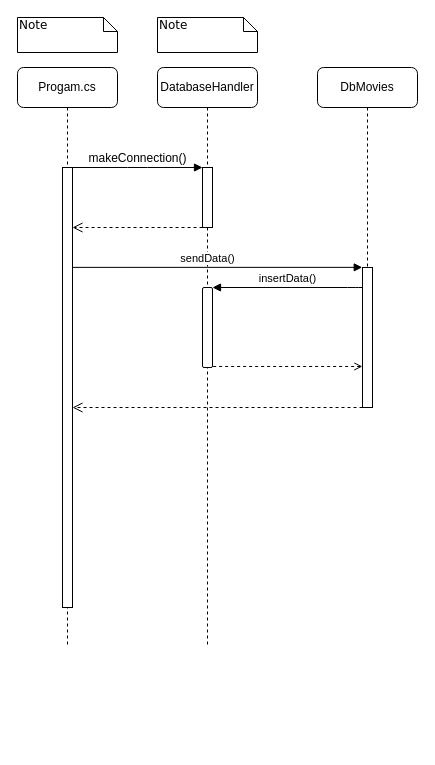
Before: FlickClickSequence.drawio in nikolailarsen01/FlickClick, a draw.io diagram. Source tidied: cells renumbered, new cells numbered last; positions are measured from the earlier drawing's top-left corner, leaving out a move shared by most shapes. Both pictures are drawn from the tidied source at 100%, with x=0, y=0 at pixel (17, 17).
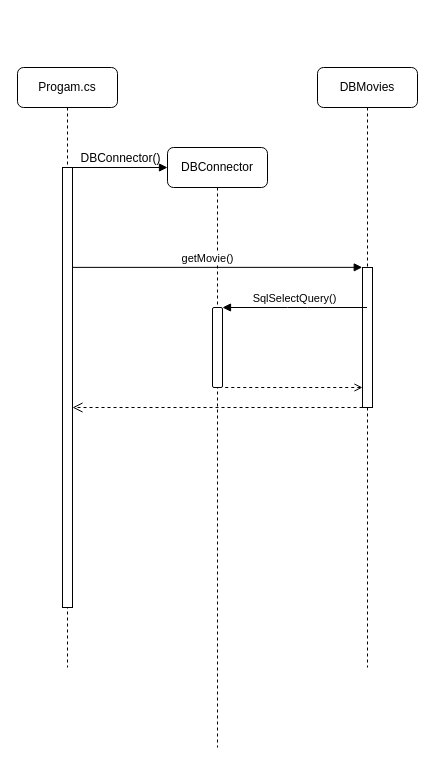
Above is the later version.

What changed in the source:
```diff
@@
 <mxGraphModel background="#ffffff">
   <root>
     <mxCell id="0" />
     <mxCell id="1" parent="0" />
-    <mxCell id="2" value="&lt;font face=&quot;Helvetica&quot;&gt;DatabaseHandler&lt;/font&gt;" style="shape=umlLifeline;perimeter=lifelinePerimeter;whiteSpace=wrap;html=1;rounded=1;shadow=0;comic=0;labelBackgroundColor=none;strokeWidth=1;fontFamily=Verdana;fontSize=12;align=center;" parent="1" vertex="1">
-      <mxGeometry x="140" y="50" width="100" height="580" as="geometry" />
+    <mxCell id="2" value="&lt;font face=&quot;Helvetica&quot;&gt;DBConnector&lt;/font&gt;" style="shape=umlLifeline;perimeter=lifelinePerimeter;whiteSpace=wrap;html=1;rounded=1;shadow=0;comic=0;labelBackgroundColor=none;strokeWidth=1;fontFamily=Verdana;fontSize=12;align=center;" parent="1" vertex="1">
+      <mxGeometry x="150" y="130" width="100" height="600" as="geometry" />
     </mxCell>
-    <mxCell id="3" style="html=1;points=[];perimeter=orthogonalPerimeter;rounded=0;shadow=0;comic=0;labelBackgroundColor=none;strokeWidth=1;fontFamily=Verdana;fontSize=12;align=center;" parent="2" vertex="1">
-      <mxGeometry x="45" y="100" width="10" height="60" as="geometry" />
-    </mxCell>
     <mxCell id="4" style="html=1;points=[];perimeter=orthogonalPerimeter;rounded=1;" parent="2" vertex="1">
-      <mxGeometry x="45" y="220" width="10" height="80" as="geometry" />
+      <mxGeometry x="45" y="160" width="10" height="80" as="geometry" />
     </mxCell>
-    <mxCell id="5" value="insertData()" style="html=1;verticalAlign=bottom;endArrow=none;labelBackgroundColor=none;startArrow=block;startFill=1;endFill=0;" parent="2" edge="1" target="14">
-      <mxGeometry relative="1" as="geometry">
-        <mxPoint x="55" y="220" as="sourcePoint" />
-        <Array as="points">
-          <mxPoint x="200" y="220" />
-        </Array>
-      </mxGeometry>
-    </mxCell>
     <mxCell id="6" value="&lt;font face=&quot;Helvetica&quot;&gt;Progam.cs&lt;/font&gt;" style="shape=umlLifeline;perimeter=lifelinePerimeter;whiteSpace=wrap;html=1;rounded=1;shadow=0;comic=0;labelBackgroundColor=none;strokeWidth=1;fontFamily=Verdana;fontSize=12;align=center;" parent="1" vertex="1">
-      <mxGeometry y="50" width="100" height="580" as="geometry" />
+      <mxGeometry y="50" width="100" height="600" as="geometry" />
     </mxCell>
     <mxCell id="7" style="html=1;points=[];perimeter=orthogonalPerimeter;rounded=0;shadow=0;comic=0;labelBackgroundColor=none;strokeWidth=1;fontFamily=Verdana;fontSize=12;align=center;" parent="6" vertex="1">
       <mxGeometry x="45" y="100" width="10" height="440" as="geometry" />
     </mxCell>
-    <mxCell id="8" value="&lt;font face=&quot;Helvetica&quot;&gt;makeConnection()&lt;/font&gt;" style="html=1;verticalAlign=bottom;endArrow=block;entryX=0;entryY=0;labelBackgroundColor=none;fontFamily=Verdana;fontSize=12;edgeStyle=elbowEdgeStyle;elbow=vertical;labelBorderColor=none;" parent="1" edge="1" source="7" target="3">
-      <mxGeometry relative="1" as="geometry" />
+    <mxCell id="8" value="&lt;span style=&quot;font-family: &amp;#34;helvetica&amp;#34;&quot;&gt;DBConnector&lt;/span&gt;&lt;font face=&quot;Helvetica&quot;&gt;()&lt;/font&gt;" style="html=1;verticalAlign=bottom;endArrow=block;labelBackgroundColor=none;fontFamily=Verdana;fontSize=12;edgeStyle=elbowEdgeStyle;elbow=vertical;labelBorderColor=none;" parent="1" edge="1" source="7">
+      <mxGeometry relative="1" as="geometry">
+        <mxPoint x="150" y="150" as="targetPoint" />
+      </mxGeometry>
     </mxCell>
-    <mxCell id="9" value="Note" style="shape=note;whiteSpace=wrap;html=1;size=14;verticalAlign=top;align=left;spacingTop=-6;rounded=0;shadow=0;comic=0;labelBackgroundColor=none;strokeWidth=1;fontFamily=Verdana;fontSize=12;" parent="1" vertex="1">
-      <mxGeometry width="100" height="35" as="geometry" />
-    </mxCell>
-    <mxCell id="10" value="Note" style="shape=note;whiteSpace=wrap;html=1;size=14;verticalAlign=top;align=left;spacingTop=-6;rounded=0;shadow=0;comic=0;labelBackgroundColor=none;strokeWidth=1;fontFamily=Verdana;fontSize=12;" parent="1" vertex="1">
-      <mxGeometry x="140" width="100" height="35" as="geometry" />
-    </mxCell>
-    <mxCell id="11" style="html=1;verticalAlign=bottom;endArrow=open;dashed=1;endSize=8;exitX=0.006;exitY=1;exitDx=0;exitDy=0;exitPerimeter=0;" parent="1" edge="1" source="3" target="7">
-      <mxGeometry relative="1" as="geometry" />
-    </mxCell>
-    <mxCell id="12" value="sendData()" style="html=1;verticalAlign=bottom;endArrow=block;exitX=1.035;exitY=0.227;exitDx=0;exitDy=0;exitPerimeter=0;entryX=-0.026;entryY=-0.001;entryDx=0;entryDy=0;entryPerimeter=0;labelBackgroundColor=#ffffff;" parent="1" edge="1" source="7" target="14">
+    <mxCell id="12" value="getMovie()" style="html=1;verticalAlign=bottom;endArrow=block;exitX=1.035;exitY=0.227;exitDx=0;exitDy=0;exitPerimeter=0;entryX=-0.026;entryY=-0.001;entryDx=0;entryDy=0;entryPerimeter=0;labelBackgroundColor=#ffffff;" parent="1" edge="1" source="7" target="14">
       <mxGeometry x="-0.07" relative="1" as="geometry" />
     </mxCell>
-    <mxCell id="13" value="DbMovies" style="shape=umlLifeline;perimeter=lifelinePerimeter;whiteSpace=wrap;html=1;outlineConnect=0;rounded=1;" parent="1" vertex="1">
-      <mxGeometry x="300" y="50" width="100" height="340" as="geometry" />
+    <mxCell id="13" value="DBMovies" style="shape=umlLifeline;perimeter=lifelinePerimeter;whiteSpace=wrap;html=1;outlineConnect=0;rounded=1;" parent="1" vertex="1">
+      <mxGeometry x="300" y="50" width="100" height="600" as="geometry" />
     </mxCell>
     <mxCell id="14" style="html=1;points=[];perimeter=orthogonalPerimeter;" parent="13" vertex="1">
       <mxGeometry x="45" y="200" width="10" height="140" as="geometry" />
     </mxCell>
-    <mxCell id="15" style="html=1;verticalAlign=bottom;endArrow=none;dashed=1;endSize=8;labelBackgroundColor=none;exitX=-0.012;exitY=0.707;exitDx=0;exitDy=0;exitPerimeter=0;startArrow=open;startFill=0;endFill=0;" parent="1" edge="1" source="14" target="4">
-      <mxGeometry relative="1" as="geometry" />
+    <mxCell id="15" style="html=1;verticalAlign=bottom;endArrow=none;dashed=1;endSize=8;labelBackgroundColor=none;startArrow=open;startFill=0;endFill=0;" parent="1" edge="1" source="14" target="4">
+      <mxGeometry relative="1" as="geometry">
+        <Array as="points">
+          <mxPoint x="270" y="370" />
+        </Array>
+      </mxGeometry>
     </mxCell>
     <mxCell id="16" style="html=1;verticalAlign=bottom;endArrow=open;dashed=1;endSize=8;labelBackgroundColor=none;exitX=0.002;exitY=1;exitDx=0;exitDy=0;exitPerimeter=0;" parent="1" edge="1" source="14">
       <mxGeometry relative="1" as="geometry">
         <mxPoint x="55" y="390" as="targetPoint" />
       </mxGeometry>
     </mxCell>
+    <mxCell id="5" value="SqlSelectQuery()" style="html=1;verticalAlign=bottom;endArrow=none;labelBackgroundColor=none;startArrow=block;startFill=1;endFill=0;" parent="1" edge="1" source="4" target="13">
+      <mxGeometry relative="1" as="geometry">
+        <Array as="points">
+          <mxPoint x="280" y="290" />
+        </Array>
+      </mxGeometry>
+    </mxCell>
   </root>
 </mxGraphModel>
```
